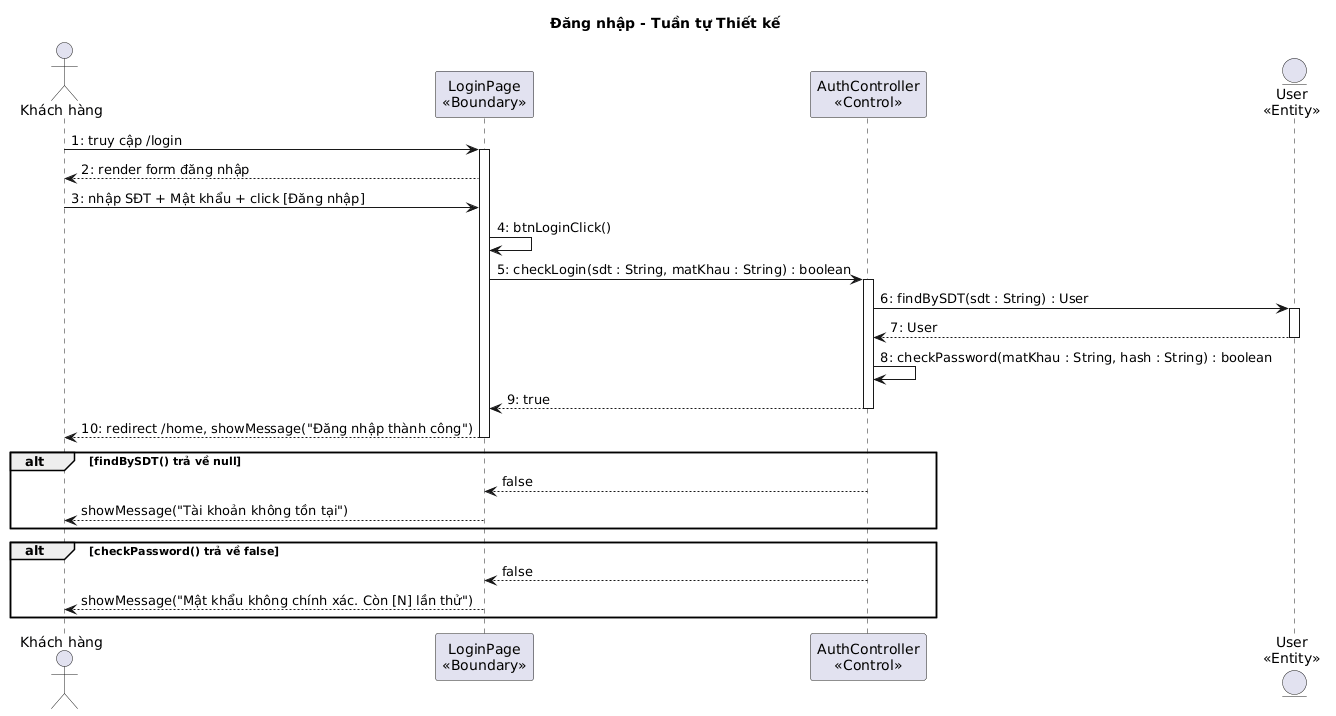
Earlier version of the PlantUML export output/diagrams/account_seq_login_design.png (thanhtrnnn/cnpm). Source of this version:
```plantuml
@startuml
title Đăng nhập - Tuần tự Thiết kế

actor "Khách hàng" as KH
participant "LoginPage\n<<Boundary>>" as B1
participant "AuthController\n<<Control>>" as C1
entity "User\n<<Entity>>" as E1

KH -> B1 : 1: truy cập /login
activate B1
B1 --> KH : 2: render form đăng nhập
KH -> B1 : 3: nhập SĐT + Mật khẩu + click [Đăng nhập]
B1 -> B1 : 4: btnLoginClick()
B1 -> C1 : 5: checkLogin(sdt : String, matKhau : String) : boolean
activate C1
C1 -> E1 : 6: findBySDT(sdt : String) : User
activate E1
E1 --> C1 : 7: User
deactivate E1
C1 -> C1 : 8: checkPassword(matKhau : String, hash : String) : boolean
C1 --> B1 : 9: true
deactivate C1
B1 --> KH : 10: redirect /home, showMessage("Đăng nhập thành công")
deactivate B1

alt findBySDT() trả về null
  C1 --> B1 : false
  B1 --> KH : showMessage("Tài khoản không tồn tại")
end

alt checkPassword() trả về false
  C1 --> B1 : false
  B1 --> KH : showMessage("Mật khẩu không chính xác. Còn [N] lần thử")
end
@enduml
```
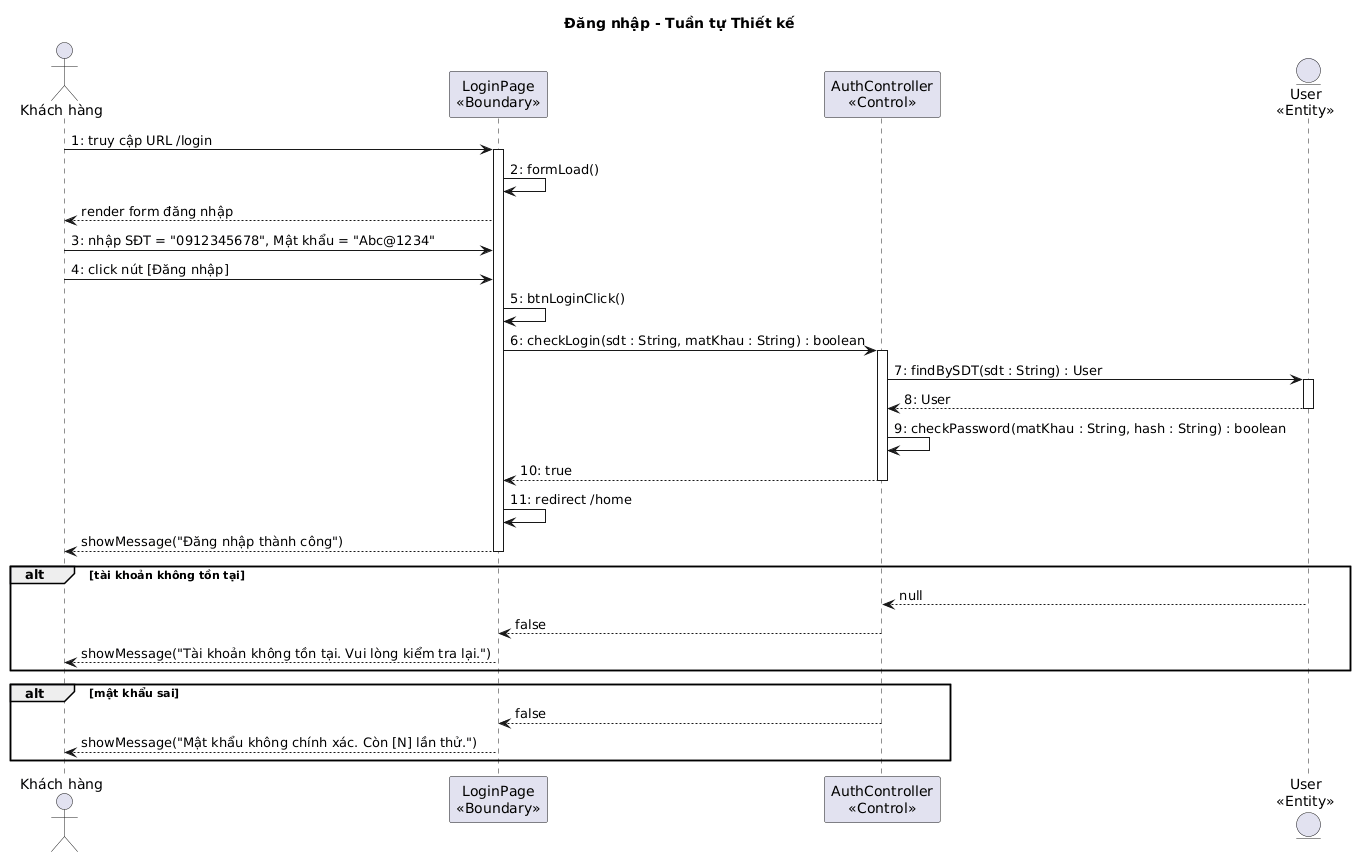
After the commit.

The edit, as a diff of the source:
```diff
@@ -6,30 +6,34 @@
 participant "AuthController\n<<Control>>" as C1
 entity "User\n<<Entity>>" as E1
 
-KH -> B1 : 1: truy cập /login
+KH -> B1 : 1: truy cập URL /login
 activate B1
-B1 --> KH : 2: render form đăng nhập
-KH -> B1 : 3: nhập SĐT + Mật khẩu + click [Đăng nhập]
-B1 -> B1 : 4: btnLoginClick()
-B1 -> C1 : 5: checkLogin(sdt : String, matKhau : String) : boolean
+B1 -> B1 : 2: formLoad()
+B1 --> KH : render form đăng nhập
+KH -> B1 : 3: nhập SĐT = "0912345678", Mật khẩu = "Abc@1234"
+KH -> B1 : 4: click nút [Đăng nhập]
+B1 -> B1 : 5: btnLoginClick()
+B1 -> C1 : 6: checkLogin(sdt : String, matKhau : String) : boolean
 activate C1
-C1 -> E1 : 6: findBySDT(sdt : String) : User
+C1 -> E1 : 7: findBySDT(sdt : String) : User
 activate E1
-E1 --> C1 : 7: User
+E1 --> C1 : 8: User
 deactivate E1
-C1 -> C1 : 8: checkPassword(matKhau : String, hash : String) : boolean
-C1 --> B1 : 9: true
+C1 -> C1 : 9: checkPassword(matKhau : String, hash : String) : boolean
+C1 --> B1 : 10: true
 deactivate C1
-B1 --> KH : 10: redirect /home, showMessage("Đăng nhập thành công")
+B1 -> B1 : 11: redirect /home
+B1 --> KH : showMessage("Đăng nhập thành công")
 deactivate B1
 
-alt findBySDT() trả về null
+alt tài khoản không tồn tại
+  E1 --> C1 : null
   C1 --> B1 : false
-  B1 --> KH : showMessage("Tài khoản không tồn tại")
+  B1 --> KH : showMessage("Tài khoản không tồn tại. Vui lòng kiểm tra lại.")
 end
 
-alt checkPassword() trả về false
+alt mật khẩu sai
   C1 --> B1 : false
-  B1 --> KH : showMessage("Mật khẩu không chính xác. Còn [N] lần thử")
+  B1 --> KH : showMessage("Mật khẩu không chính xác. Còn [N] lần thử.")
 end
 @enduml
```
